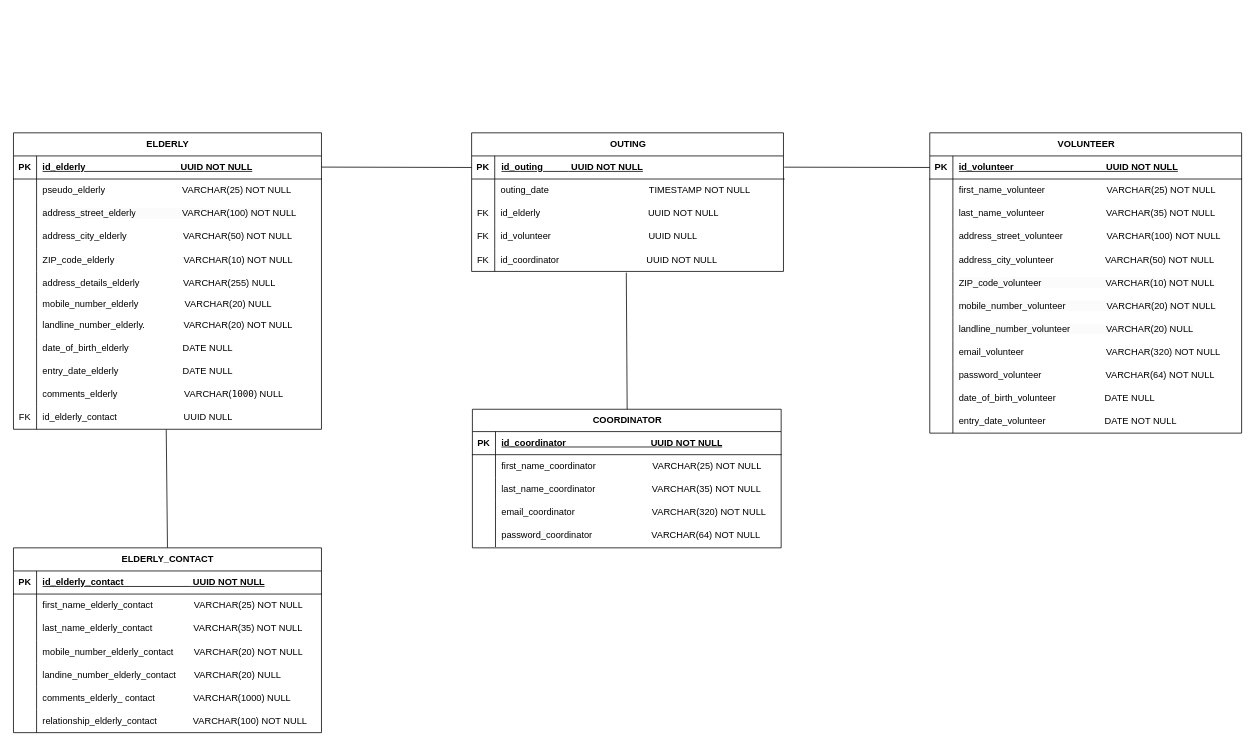
The draw.io diagram page "MPD_MaE" (3 of 6) of MCD_MaE.drawio in AnneGicquel/MCD_Marche_avec_Eliane, before the edit. Source tidied: cells renumbered, new cells numbered last; positions are measured from the earlier drawing's top-left corner, leaving out a move shared by most shapes. Both pictures are drawn from the tidied source at 77%, with x=0, y=0 at pixel (13, 132).
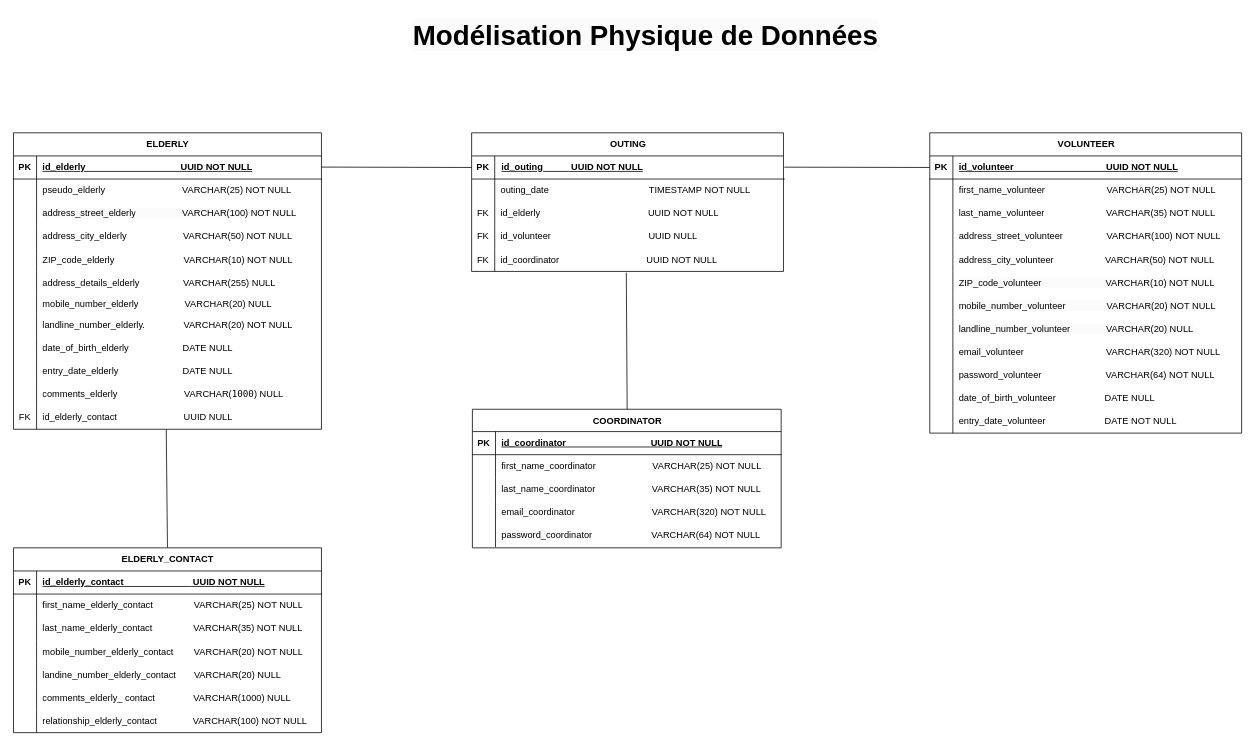
The same page after the edit.

The edit, as a diff of the source:
```diff
@@
+    <mxCell id="137" value="&lt;span style=&quot;color: rgb(0, 0, 0); font-family: montserrat; font-size: 36px; font-style: normal; font-variant-ligatures: normal; font-variant-caps: normal; font-weight: 700; letter-spacing: normal; orphans: 2; text-align: center; text-indent: 0px; text-transform: none; widows: 2; word-spacing: 0px; -webkit-text-stroke-width: 0px; white-space: nowrap; background-color: rgb(251, 251, 251); text-decoration-thickness: initial; text-decoration-style: initial; text-decoration-color: initial; display: inline !important; float: none;&quot;&gt;Modélisation Physique de Données&lt;/span&gt;" style="text;whiteSpace=wrap;html=1;" parent="1" vertex="1">
+      <mxGeometry x="517" y="-155" width="560" height="70" as="geometry" />
+    </mxCell>
```
